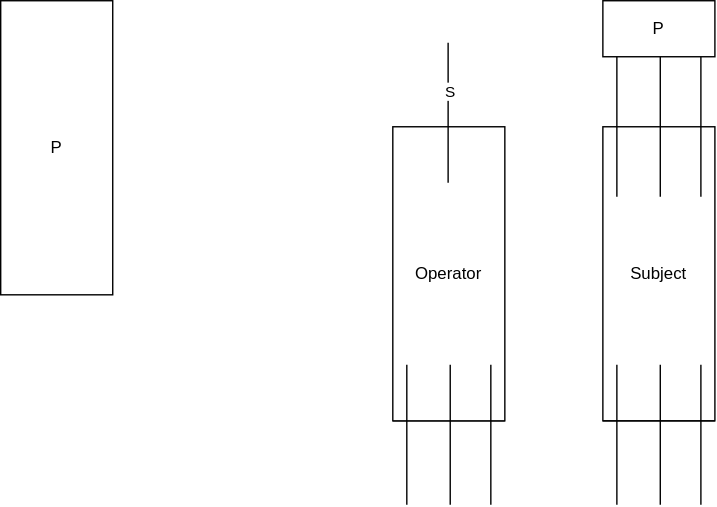
The draw.io diagram RxJs Observables.drawio.svg in hansschenker/rx-angular-state-counter-demo-hans, before a commit. Source tidied: cells renumbered, new cells last; positions are measured from the earlier drawing's top-left corner, leaving out a move shared by most shapes.
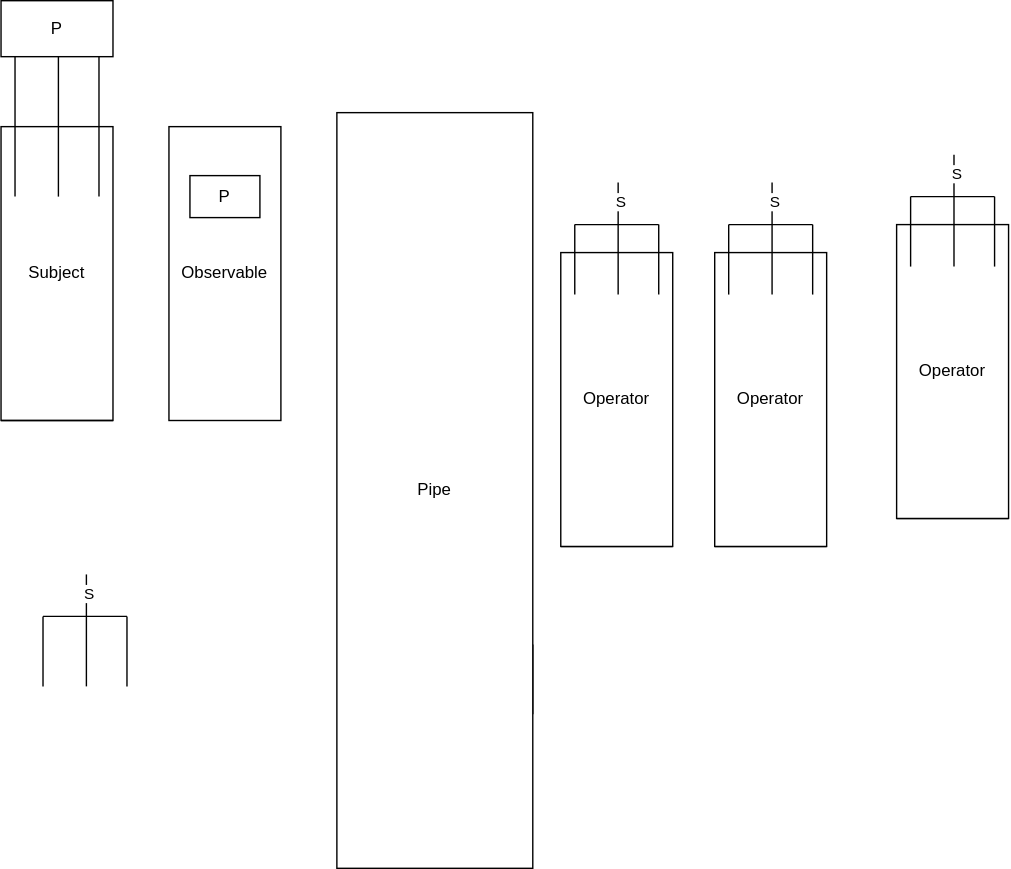
After the commit.

Diff of the diagram source:
```diff
@@ -2,47 +2,131 @@
   <root>
     <mxCell id="0" />
     <mxCell id="1" parent="0" />
+    <mxCell id="24" style="group;" parent="1" vertex="1">
+      <mxGeometry x="-90" y="320" width="60" height="80" as="geometry" />
+    </mxCell>
+    <mxCell id="25" style="endArrow=none;html=1;rounded=0;" parent="24" edge="1">
+      <mxGeometry x="-20" y="40" as="geometry">
+        <mxPoint x="31" as="sourcePoint" />
+        <mxPoint x="31" y="80" as="targetPoint" />
+      </mxGeometry>
+    </mxCell>
+    <mxCell id="26" value="S" style="edgeLabel;html=1;align=center;verticalAlign=middle;" parent="25" vertex="1">
+      <mxGeometry relative="1" as="geometry">
+        <mxPoint x="1" y="-27" as="offset" />
+      </mxGeometry>
+    </mxCell>
+    <mxCell id="27" style="endArrow=none;html=1;rounded=0;" parent="24" edge="1">
+      <mxGeometry x="-20" y="40" as="geometry">
+        <mxPoint y="30" as="sourcePoint" />
+        <mxPoint y="80" as="targetPoint" />
+      </mxGeometry>
+    </mxCell>
+    <mxCell id="28" style="endArrow=none;html=1;rounded=0;" parent="24" edge="1">
+      <mxGeometry x="-20" y="40" as="geometry">
+        <mxPoint x="60" y="30" as="sourcePoint" />
+        <mxPoint x="60" y="80" as="targetPoint" />
+      </mxGeometry>
+    </mxCell>
+    <mxCell id="29" style="endArrow=none;html=1;rounded=0;" parent="24" edge="1">
+      <mxGeometry relative="1" as="geometry">
+        <mxPoint y="30" as="sourcePoint" />
+        <mxPoint x="60" y="30" as="targetPoint" />
+      </mxGeometry>
+    </mxCell>
+    <mxCell id="30" style="group;" parent="1" vertex="1">
+      <mxGeometry x="200" y="340" width="60" height="80" as="geometry" />
+    </mxCell>
+    <mxCell id="31" style="endArrow=none;html=1;rounded=0;" parent="30" edge="1">
+      <mxGeometry x="-20" y="40" as="geometry">
+        <mxPoint x="31" as="sourcePoint" />
+        <mxPoint x="31" y="80" as="targetPoint" />
+      </mxGeometry>
+    </mxCell>
+    <mxCell id="32" value="S" style="edgeLabel;html=1;align=center;verticalAlign=middle;" parent="31" vertex="1">
+      <mxGeometry relative="1" as="geometry">
+        <mxPoint x="1" y="-27" as="offset" />
+      </mxGeometry>
+    </mxCell>
+    <mxCell id="33" style="endArrow=none;html=1;rounded=0;" parent="30" edge="1">
+      <mxGeometry x="-20" y="40" as="geometry">
+        <mxPoint y="30" as="sourcePoint" />
+        <mxPoint y="80" as="targetPoint" />
+      </mxGeometry>
+    </mxCell>
+    <mxCell id="34" style="endArrow=none;html=1;rounded=0;" parent="30" edge="1">
+      <mxGeometry x="-20" y="40" as="geometry">
+        <mxPoint x="60" y="30" as="sourcePoint" />
+        <mxPoint x="60" y="80" as="targetPoint" />
+      </mxGeometry>
+    </mxCell>
+    <mxCell id="35" style="endArrow=none;html=1;rounded=0;" parent="30" edge="1">
+      <mxGeometry relative="1" as="geometry">
+        <mxPoint y="30" as="sourcePoint" />
+        <mxPoint x="60" y="30" as="targetPoint" />
+      </mxGeometry>
+    </mxCell>
+    <mxCell id="36" style="group;" parent="1" vertex="1">
+      <mxGeometry x="280" y="40" width="80" height="260" as="geometry" />
+    </mxCell>
-    <mxCell id="2" style="endArrow=none;html=1;rounded=0;" parent="1" edge="1">
-      <mxGeometry x="440" y="350" as="geometry">
-        <mxPoint x="280" y="300" as="sourcePoint" />
-        <mxPoint x="360" y="300" as="targetPoint" />
+    <mxCell id="2" style="endArrow=none;html=1;rounded=0;" parent="36" edge="1">
+      <mxGeometry x="-10" y="230" as="geometry">
+        <mxPoint y="260" as="sourcePoint" />
+        <mxPoint x="80" y="260" as="targetPoint" />
       </mxGeometry>
     </mxCell>
-    <mxCell id="3" style="group;" parent="1" vertex="1">
-      <mxGeometry x="430" y="40" width="80" height="320" as="geometry" />
-    </mxCell>
+    <mxCell id="17" value="Operator" style="rounded=0;whiteSpace=wrap;html=1;direction=south;" parent="36" vertex="1">
+      <mxGeometry y="50" width="80" height="210" as="geometry" />
+    </mxCell>
+    <mxCell id="37" style="group;" parent="36" vertex="1">
+      <mxGeometry x="10" width="60" height="80" as="geometry" />
+    </mxCell>
+    <mxCell id="21" style="endArrow=none;html=1;rounded=0;" parent="37" edge="1">
+      <mxGeometry x="-20" y="40" as="geometry">
+        <mxPoint x="31" as="sourcePoint" />
+        <mxPoint x="31" y="80" as="targetPoint" />
+      </mxGeometry>
+    </mxCell>
+    <mxCell id="38" value="S" style="edgeLabel;html=1;align=center;verticalAlign=middle;" parent="21" vertex="1">
+      <mxGeometry relative="1" as="geometry">
+        <mxPoint x="1" y="-27" as="offset" />
+      </mxGeometry>
+    </mxCell>
+    <mxCell id="22" style="endArrow=none;html=1;rounded=0;" parent="37" edge="1">
+      <mxGeometry x="-20" y="40" as="geometry">
+        <mxPoint y="30" as="sourcePoint" />
+        <mxPoint y="80" as="targetPoint" />
+      </mxGeometry>
+    </mxCell>
+    <mxCell id="23" style="endArrow=none;html=1;rounded=0;" parent="37" edge="1">
+      <mxGeometry x="-20" y="40" as="geometry">
+        <mxPoint x="60" y="30" as="sourcePoint" />
+        <mxPoint x="60" y="80" as="targetPoint" />
+      </mxGeometry>
+    </mxCell>
+    <mxCell id="39" style="endArrow=none;html=1;rounded=0;" parent="37" edge="1">
+      <mxGeometry relative="1" as="geometry">
+        <mxPoint y="30" as="sourcePoint" />
+        <mxPoint x="60" y="30" as="targetPoint" />
+      </mxGeometry>
+    </mxCell>
+    <mxCell id="40" style="group;" parent="1" vertex="1">
+      <mxGeometry x="-120" y="-90" width="80" height="300" as="geometry" />
+    </mxCell>
+    <mxCell id="15" value="P" style="rounded=0;whiteSpace=wrap;html=1;" parent="40" vertex="1">
+      <mxGeometry width="80" height="40" as="geometry" />
+    </mxCell>
-    <mxCell id="4" value="Subject" style="rounded=0;whiteSpace=wrap;html=1;direction=south;" parent="3" vertex="1">
-      <mxGeometry y="50" width="80" height="210" as="geometry" />
+    <mxCell id="4" value="Subject" style="rounded=0;whiteSpace=wrap;html=1;direction=south;" parent="40" vertex="1">
+      <mxGeometry y="90" width="80" height="210" as="geometry" />
     </mxCell>
-    <mxCell id="5" style="endArrow=none;html=1;rounded=0;" parent="3" edge="1">
-      <mxGeometry x="-10" y="230" as="geometry">
-        <mxPoint y="260" as="sourcePoint" />
-        <mxPoint x="80" y="260" as="targetPoint" />
+    <mxCell id="5" style="endArrow=none;html=1;rounded=0;" parent="40" edge="1">
+      <mxGeometry x="-10" y="270" as="geometry">
+        <mxPoint y="300" as="sourcePoint" />
+        <mxPoint x="80" y="300" as="targetPoint" />
       </mxGeometry>
     </mxCell>
-    <mxCell id="6" style="group;" parent="3" vertex="1">
-      <mxGeometry x="10" y="220" width="60" height="100" as="geometry" />
-    </mxCell>
-    <mxCell id="7" style="endArrow=none;html=1;rounded=0;" parent="6" edge="1">
-      <mxGeometry x="-20" y="10" as="geometry">
-        <mxPoint x="31" as="sourcePoint" />
-        <mxPoint x="31" y="100" as="targetPoint" />
-      </mxGeometry>
-    </mxCell>
-    <mxCell id="8" style="endArrow=none;html=1;rounded=0;" parent="6" edge="1">
-      <mxGeometry x="-20" y="10" as="geometry">
-        <mxPoint as="sourcePoint" />
-        <mxPoint y="100" as="targetPoint" />
-      </mxGeometry>
-    </mxCell>
-    <mxCell id="9" style="endArrow=none;html=1;rounded=0;" parent="6" edge="1">
-      <mxGeometry x="-20" y="10" as="geometry">
-        <mxPoint x="60" as="sourcePoint" />
-        <mxPoint x="60" y="100" as="targetPoint" />
-      </mxGeometry>
-    </mxCell>
-    <mxCell id="10" style="group;" parent="3" vertex="1">
-      <mxGeometry x="10" width="60" height="100" as="geometry" />
+    <mxCell id="10" style="group;" parent="40" vertex="1">
+      <mxGeometry x="10" y="40" width="60" height="100" as="geometry" />
     </mxCell>
     <mxCell id="11" style="endArrow=none;html=1;rounded=0;" parent="10" edge="1">
       <mxGeometry x="-20" y="10" as="geometry">
@@ -62,49 +146,105 @@
         <mxPoint x="60" y="100" as="targetPoint" />
       </mxGeometry>
     </mxCell>
+    <mxCell id="41" style="group;" parent="1" vertex="1">
+      <mxGeometry width="80" height="210" as="geometry" />
+    </mxCell>
-    <mxCell id="14" value="P" style="rounded=0;whiteSpace=wrap;html=1;direction=south;" parent="1" vertex="1">
+    <mxCell id="14" value="Observable" style="rounded=0;whiteSpace=wrap;html=1;direction=south;" parent="41" vertex="1">
       <mxGeometry width="80" height="210" as="geometry" />
     </mxCell>
-    <mxCell id="15" value="P" style="rounded=0;whiteSpace=wrap;html=1;" parent="1" vertex="1">
-      <mxGeometry x="430" width="80" height="40" as="geometry" />
-    </mxCell>
-    <mxCell id="16" style="group;" parent="1" vertex="1">
-      <mxGeometry x="280" y="30" width="80" height="330" as="geometry" />
-    </mxCell>
-    <mxCell id="17" value="Operator" style="rounded=0;whiteSpace=wrap;html=1;direction=south;" parent="16" vertex="1">
-      <mxGeometry y="60" width="80" height="210" as="geometry" />
-    </mxCell>
-    <mxCell id="18" style="endArrow=none;html=1;rounded=0;" parent="16" edge="1">
-      <mxGeometry x="-11.5" y="10" as="geometry">
-        <mxPoint x="39.5" as="sourcePoint" />
-        <mxPoint x="39.5" y="100" as="targetPoint" />
-      </mxGeometry>
-    </mxCell>
-    <mxCell id="19" value="S" style="edgeLabel;html=1;align=center;verticalAlign=middle;" parent="18" vertex="1">
-      <mxGeometry relative="1" as="geometry">
-        <mxPoint x="1" y="-16" as="offset" />
-      </mxGeometry>
-    </mxCell>
-    <mxCell id="20" style="group;" parent="16" vertex="1">
-      <mxGeometry x="10" y="230" width="60" height="100" as="geometry" />
-    </mxCell>
-    <mxCell id="21" style="endArrow=none;html=1;rounded=0;" parent="20" edge="1">
-      <mxGeometry x="-20" y="10" as="geometry">
-        <mxPoint x="31" as="sourcePoint" />
-        <mxPoint x="31" y="100" as="targetPoint" />
-      </mxGeometry>
-    </mxCell>
-    <mxCell id="22" style="endArrow=none;html=1;rounded=0;" parent="20" edge="1">
-      <mxGeometry x="-20" y="10" as="geometry">
-        <mxPoint as="sourcePoint" />
-        <mxPoint y="100" as="targetPoint" />
-      </mxGeometry>
-    </mxCell>
-    <mxCell id="23" style="endArrow=none;html=1;rounded=0;" parent="20" edge="1">
-      <mxGeometry x="-20" y="10" as="geometry">
-        <mxPoint x="60" as="sourcePoint" />
-        <mxPoint x="60" y="100" as="targetPoint" />
-      </mxGeometry>
-    </mxCell>
+    <mxCell id="42" value="P" style="rounded=0;whiteSpace=wrap;html=1;" parent="41" vertex="1">
+      <mxGeometry x="15" y="35" width="50" height="30" as="geometry" />
+    </mxCell>
+    <mxCell id="43" style="group;" parent="1" vertex="1">
+      <mxGeometry x="390" y="40" width="80" height="260" as="geometry" />
+    </mxCell>
+    <mxCell id="44" style="endArrow=none;html=1;rounded=0;" parent="43" edge="1">
+      <mxGeometry x="-10" y="230" as="geometry">
+        <mxPoint y="260" as="sourcePoint" />
+        <mxPoint x="80" y="260" as="targetPoint" />
+      </mxGeometry>
+    </mxCell>
+    <mxCell id="45" value="Operator" style="rounded=0;whiteSpace=wrap;html=1;direction=south;" parent="43" vertex="1">
+      <mxGeometry y="50" width="80" height="210" as="geometry" />
+    </mxCell>
+    <mxCell id="46" style="group;" parent="43" vertex="1">
+      <mxGeometry x="10" width="60" height="80" as="geometry" />
+    </mxCell>
+    <mxCell id="47" style="endArrow=none;html=1;rounded=0;" parent="46" edge="1">
+      <mxGeometry x="-20" y="40" as="geometry">
+        <mxPoint x="31" as="sourcePoint" />
+        <mxPoint x="31" y="80" as="targetPoint" />
+      </mxGeometry>
+    </mxCell>
+    <mxCell id="48" value="S" style="edgeLabel;html=1;align=center;verticalAlign=middle;" parent="47" vertex="1">
+      <mxGeometry relative="1" as="geometry">
+        <mxPoint x="1" y="-27" as="offset" />
+      </mxGeometry>
+    </mxCell>
+    <mxCell id="49" style="endArrow=none;html=1;rounded=0;" parent="46" edge="1">
+      <mxGeometry x="-20" y="40" as="geometry">
+        <mxPoint y="30" as="sourcePoint" />
+        <mxPoint y="80" as="targetPoint" />
+      </mxGeometry>
+    </mxCell>
+    <mxCell id="50" style="endArrow=none;html=1;rounded=0;" parent="46" edge="1">
+      <mxGeometry x="-20" y="40" as="geometry">
+        <mxPoint x="60" y="30" as="sourcePoint" />
+        <mxPoint x="60" y="80" as="targetPoint" />
+      </mxGeometry>
+    </mxCell>
+    <mxCell id="51" style="endArrow=none;html=1;rounded=0;" parent="46" edge="1">
+      <mxGeometry relative="1" as="geometry">
+        <mxPoint y="30" as="sourcePoint" />
+        <mxPoint x="60" y="30" as="targetPoint" />
+      </mxGeometry>
+    </mxCell>
+    <mxCell id="52" style="group;" parent="1" vertex="1">
+      <mxGeometry x="520" y="20" width="80" height="260" as="geometry" />
+    </mxCell>
+    <mxCell id="53" style="endArrow=none;html=1;rounded=0;" parent="52" edge="1">
+      <mxGeometry x="-10" y="230" as="geometry">
+        <mxPoint y="260" as="sourcePoint" />
+        <mxPoint x="80" y="260" as="targetPoint" />
+      </mxGeometry>
+    </mxCell>
+    <mxCell id="54" value="Operator" style="rounded=0;whiteSpace=wrap;html=1;direction=south;" parent="52" vertex="1">
+      <mxGeometry y="50" width="80" height="210" as="geometry" />
+    </mxCell>
+    <mxCell id="55" style="group;" parent="52" vertex="1">
+      <mxGeometry x="10" width="60" height="80" as="geometry" />
+    </mxCell>
+    <mxCell id="56" style="endArrow=none;html=1;rounded=0;" parent="55" edge="1">
+      <mxGeometry x="-20" y="40" as="geometry">
+        <mxPoint x="31" as="sourcePoint" />
+        <mxPoint x="31" y="80" as="targetPoint" />
+      </mxGeometry>
+    </mxCell>
+    <mxCell id="57" value="S" style="edgeLabel;html=1;align=center;verticalAlign=middle;" parent="56" vertex="1">
+      <mxGeometry relative="1" as="geometry">
+        <mxPoint x="1" y="-27" as="offset" />
+      </mxGeometry>
+    </mxCell>
+    <mxCell id="58" style="endArrow=none;html=1;rounded=0;" parent="55" edge="1">
+      <mxGeometry x="-20" y="40" as="geometry">
+        <mxPoint y="30" as="sourcePoint" />
+        <mxPoint y="80" as="targetPoint" />
+      </mxGeometry>
+    </mxCell>
+    <mxCell id="59" style="endArrow=none;html=1;rounded=0;" parent="55" edge="1">
+      <mxGeometry x="-20" y="40" as="geometry">
+        <mxPoint x="60" y="30" as="sourcePoint" />
+        <mxPoint x="60" y="80" as="targetPoint" />
+      </mxGeometry>
+    </mxCell>
+    <mxCell id="60" style="endArrow=none;html=1;rounded=0;" parent="55" edge="1">
+      <mxGeometry relative="1" as="geometry">
+        <mxPoint y="30" as="sourcePoint" />
+        <mxPoint x="60" y="30" as="targetPoint" />
+      </mxGeometry>
+    </mxCell>
+    <mxCell id="61" value="Pipe" style="whiteSpace=wrap;html=1;" parent="1" vertex="1">
+      <mxGeometry x="120" y="-10" width="140" height="540" as="geometry" />
+    </mxCell>
   </root>
 </mxGraphModel>
```
